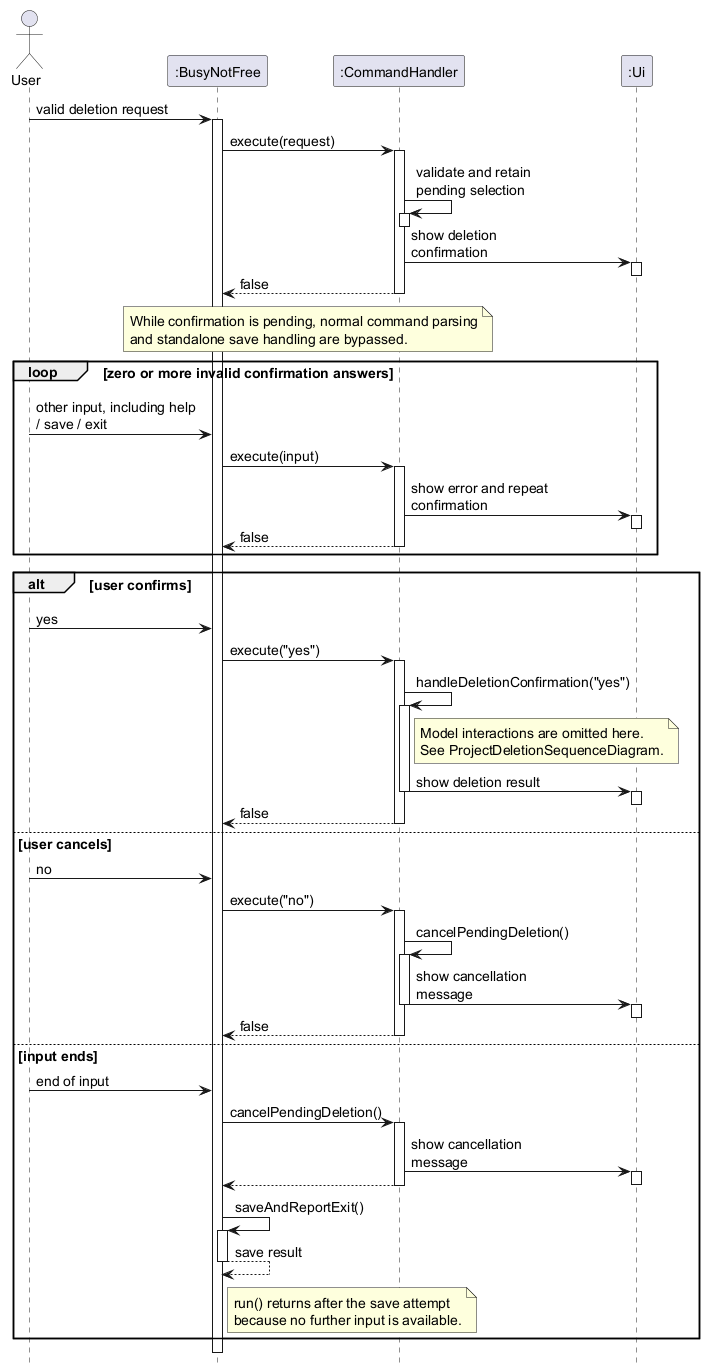
AY2627S1-CS2113-T10-3/tp keeps this PlantUML diagram as docs/images/DeletionConfirmationSequenceDiagram.png. Above is the earlier version.
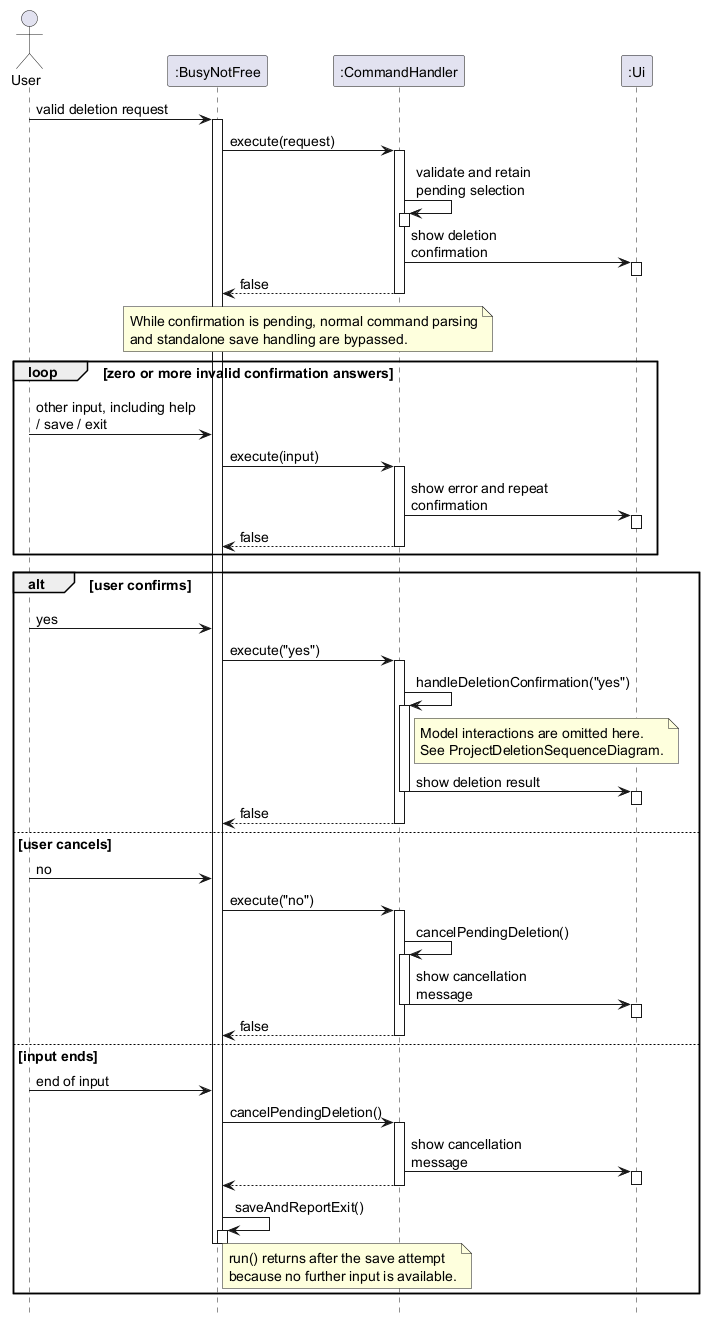
After the change.

Commit message:
Fix bugs in sequence diagrams

The edit, as a diff of the source:
```diff
@@ -95,9 +95,8 @@
 
   App -> App : saveAndReportExit()
   activate App
-  App --> App : save result
+  deactivate App
   deactivate App
   note right of App : run() returns after the save attempt\nbecause no further input is available.
 end
-deactivate App
 @enduml
```
